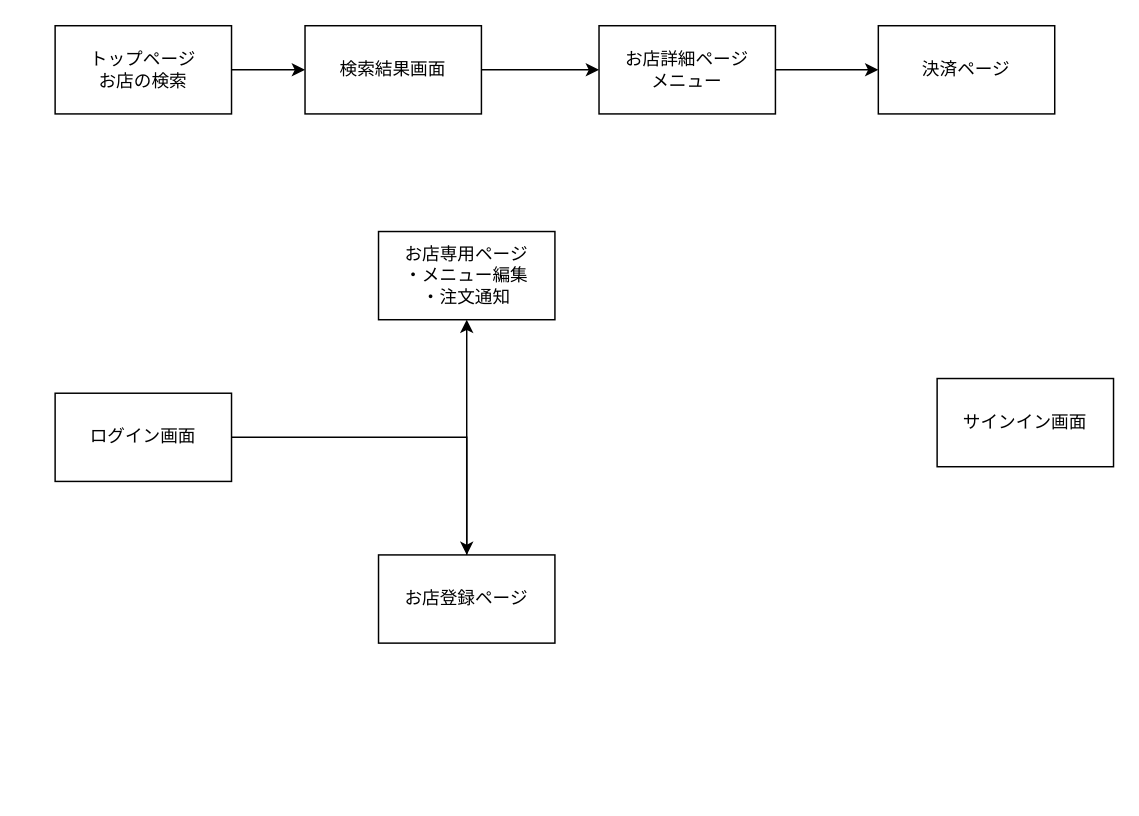
Before: Untitled Diagram.drawio in perusonaryu/take-out, a draw.io diagram. Source tidied: cells renumbered, new cells numbered last; positions are measured from the earlier drawing's top-left corner, leaving out a move shared by most shapes. Both pictures are drawn from the tidied source at 147%, with x=0, y=0 at pixel (54, 25).
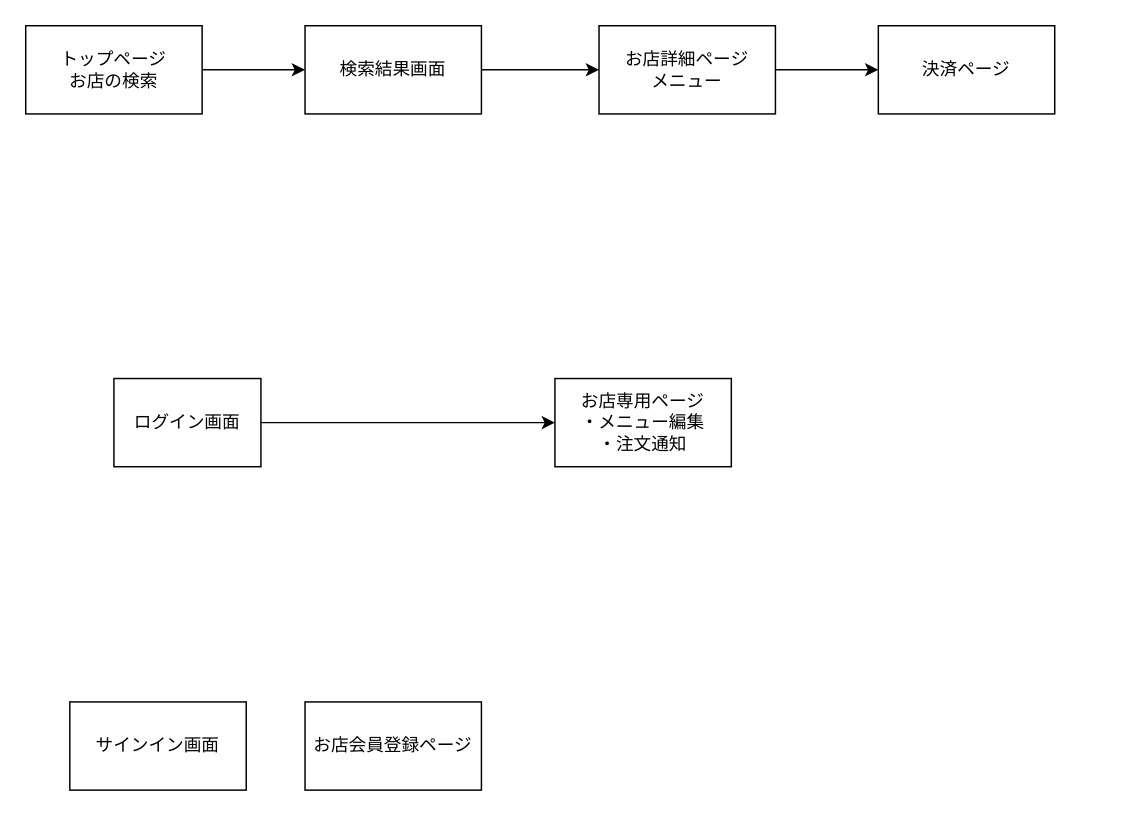
After the change.

Diff of the diagram source:
```diff
@@
 <mxGraphModel>
   <root>
     <mxCell id="0" />
     <mxCell id="1" parent="0" />
     <mxCell id="2" style="edgeStyle=orthogonalEdgeStyle;rounded=0;jettySize=auto;html=1;" parent="1" edge="1" source="3" target="5">
       <mxGeometry relative="1" as="geometry" />
     </mxCell>
     <mxCell id="3" value="トップページ&lt;br&gt;お店の検索" style="rounded=0;whiteSpace=wrap;html=1;" parent="1" vertex="1">
-      <mxGeometry width="120" height="60" as="geometry" />
+      <mxGeometry x="-20" width="120" height="60" as="geometry" />
     </mxCell>
     <mxCell id="4" style="edgeStyle=orthogonalEdgeStyle;rounded=0;jettySize=auto;html=1;" parent="1" edge="1" source="5" target="6">
       <mxGeometry relative="1" as="geometry" />
     </mxCell>
     <mxCell id="5" value="検索結果画面" style="rounded=0;whiteSpace=wrap;html=1;" parent="1" vertex="1">
       <mxGeometry x="170" width="120" height="60" as="geometry" />
     </mxCell>
     <mxCell id="6" value="お店詳細ページ&lt;br&gt;メニュー" style="rounded=0;whiteSpace=wrap;html=1;" parent="1" vertex="1">
       <mxGeometry x="370" width="120" height="60" as="geometry" />
     </mxCell>
     <mxCell id="7" value="決済ページ" style="whiteSpace=wrap;html=1;rounded=0;" parent="1" vertex="1">
       <mxGeometry x="560" width="120" height="60" as="geometry" />
     </mxCell>
     <mxCell id="8" style="edgeStyle=orthogonalEdgeStyle;rounded=0;jettySize=auto;html=1;" parent="1" edge="1" source="6">
       <mxGeometry relative="1" as="geometry">
         <mxPoint x="560" y="30" as="targetPoint" />
       </mxGeometry>
     </mxCell>
-    <mxCell id="9" style="edgeStyle=orthogonalEdgeStyle;rounded=0;jettySize=auto;html=1;" parent="1" edge="1" source="10" target="14">
-      <mxGeometry relative="1" as="geometry" />
-    </mxCell>
     <mxCell id="10" value="ログイン画面" style="rounded=0;whiteSpace=wrap;html=1;" parent="1" vertex="1">
-      <mxGeometry y="250" width="120" height="60" as="geometry" />
+      <mxGeometry x="40" y="240" width="100" height="60" as="geometry" />
     </mxCell>
     <mxCell id="11" value="サインイン画面" style="rounded=0;whiteSpace=wrap;html=1;" parent="1" vertex="1">
-      <mxGeometry x="600" y="240" width="120" height="60" as="geometry" />
+      <mxGeometry x="10" y="460" width="120" height="60" as="geometry" />
     </mxCell>
+    <mxCell id="15" value="お店会員登録ページ" style="rounded=0;whiteSpace=wrap;html=1;" parent="1" vertex="1">
+      <mxGeometry x="170" y="460" width="120" height="60" as="geometry" />
+    </mxCell>
     <mxCell id="12" value="お店専用ページ&lt;br&gt;・メニュー編集&lt;br&gt;・注文通知" style="rounded=0;whiteSpace=wrap;html=1;" parent="1" vertex="1">
-      <mxGeometry x="220" y="140" width="120" height="60" as="geometry" />
+      <mxGeometry x="340" y="240" width="120" height="60" as="geometry" />
     </mxCell>
-    <mxCell id="13" style="edgeStyle=orthogonalEdgeStyle;rounded=0;jettySize=auto;html=1;" parent="1" edge="1" source="14" target="12">
-      <mxGeometry relative="1" as="geometry" />
-    </mxCell>
-    <mxCell id="14" value="お店登録ページ" style="rounded=0;whiteSpace=wrap;html=1;" parent="1" vertex="1">
-      <mxGeometry x="220" y="360" width="120" height="60" as="geometry" />
-    </mxCell>
+    <mxCell id="16" style="edgeStyle=orthogonalEdgeStyle;rounded=0;jettySize=auto;html=1;" parent="1" edge="1" source="10" target="12">
+      <mxGeometry relative="1" as="geometry" />
+    </mxCell>
   </root>
 </mxGraphModel>
```
